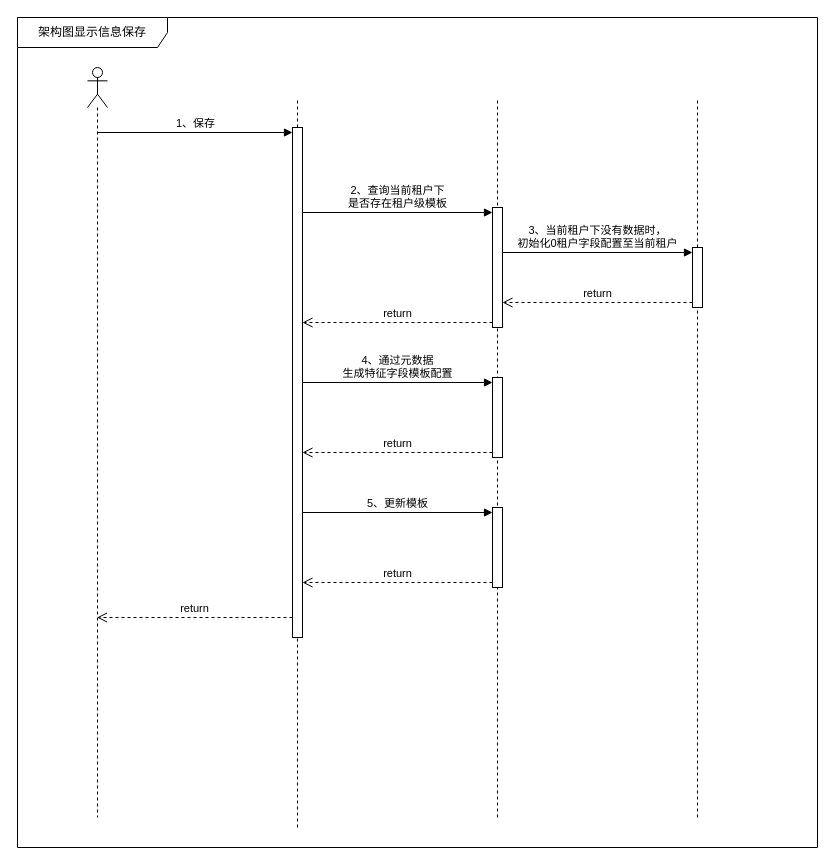
The draw.io diagram 用友/架构图-显示信息-保存.drawio in Super-YYQ/drawIo, before the edit. Source tidied: cells renumbered, new cells numbered last; positions are measured from the earlier drawing's top-left corner, leaving out a move shared by most shapes. Both pictures are drawn from the tidied source at 100%, with x=0, y=0 at pixel (17, 17).
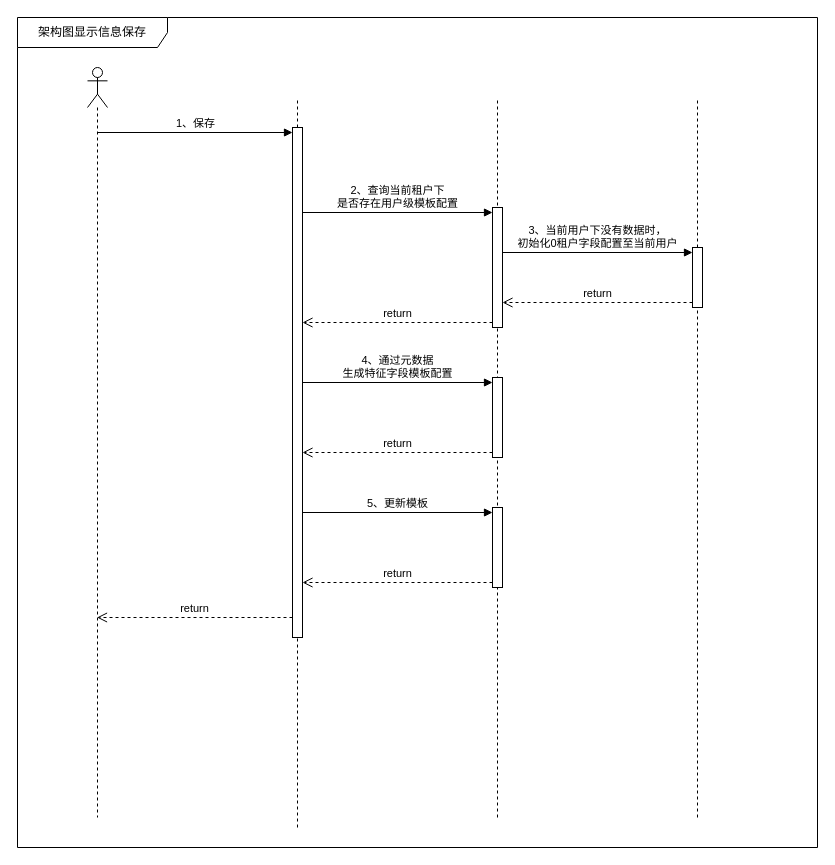
After the change.

Commit message:
更新架构图-显示信息-保存.drawio

Unchanged cells that the change refers to:
```xml
<mxCell id="10" style="html=1;points=[[0,0,0,0,5],[0,1,0,0,-5],[1,0,0,0,5],[1,1,0,0,-5]];perimeter=orthogonalPerimeter;outlineConnect=0;targetShapes=umlLifeline;portConstraint=eastwest;newEdgeStyle={&quot;curved&quot;:0,&quot;rounded&quot;:0};" parent="1" vertex="1">
  <mxGeometry x="275" y="110" width="10" height="510" as="geometry" />
</mxCell>
<mxCell id="11" style="html=1;points=[[0,0,0,0,5],[0,1,0,0,-5],[1,0,0,0,5],[1,1,0,0,-5]];perimeter=orthogonalPerimeter;outlineConnect=0;targetShapes=umlLifeline;portConstraint=eastwest;newEdgeStyle={&quot;curved&quot;:0,&quot;rounded&quot;:0};" parent="1" vertex="1">
  <mxGeometry x="475" y="190" width="10" height="120" as="geometry" />
</mxCell>
<mxCell id="14" style="html=1;points=[[0,0,0,0,5],[0,1,0,0,-5],[1,0,0,0,5],[1,1,0,0,-5]];perimeter=orthogonalPerimeter;outlineConnect=0;targetShapes=umlLifeline;portConstraint=eastwest;newEdgeStyle={&quot;curved&quot;:0,&quot;rounded&quot;:0};" parent="1" vertex="1">
  <mxGeometry x="675" y="230" width="10" height="60" as="geometry" />
</mxCell>
```

Change to the diagram source:
```diff
@@
-    <mxCell id="12" value="2、查询当前租户下&lt;br&gt;是否存在租户级模板" style="html=1;verticalAlign=bottom;endArrow=block;curved=0;rounded=0;entryX=0;entryY=0;entryDx=0;entryDy=5;" parent="1" edge="1" source="10" target="11">
+    <mxCell id="12" value="2、查询当前租户下&lt;br&gt;是否存在用户级模板配置" style="html=1;verticalAlign=bottom;endArrow=block;curved=0;rounded=0;entryX=0;entryY=0;entryDx=0;entryDy=5;" parent="1" edge="1" source="10" target="11">
       <mxGeometry relative="1" as="geometry" />
     </mxCell>
@@
-    <mxCell id="15" value="3、当前租户下没有数据时，&lt;br&gt;初始化0租户字段配置至当前租户" style="html=1;verticalAlign=bottom;endArrow=block;curved=0;rounded=0;entryX=0;entryY=0;entryDx=0;entryDy=5;" parent="1" edge="1" source="11" target="14">
+    <mxCell id="15" value="3、当前用户下没有数据时，&lt;br&gt;初始化0租户字段配置至当前用户" style="html=1;verticalAlign=bottom;endArrow=block;curved=0;rounded=0;entryX=0;entryY=0;entryDx=0;entryDy=5;" parent="1" edge="1" source="11" target="14">
       <mxGeometry relative="1" as="geometry" />
     </mxCell>
```
